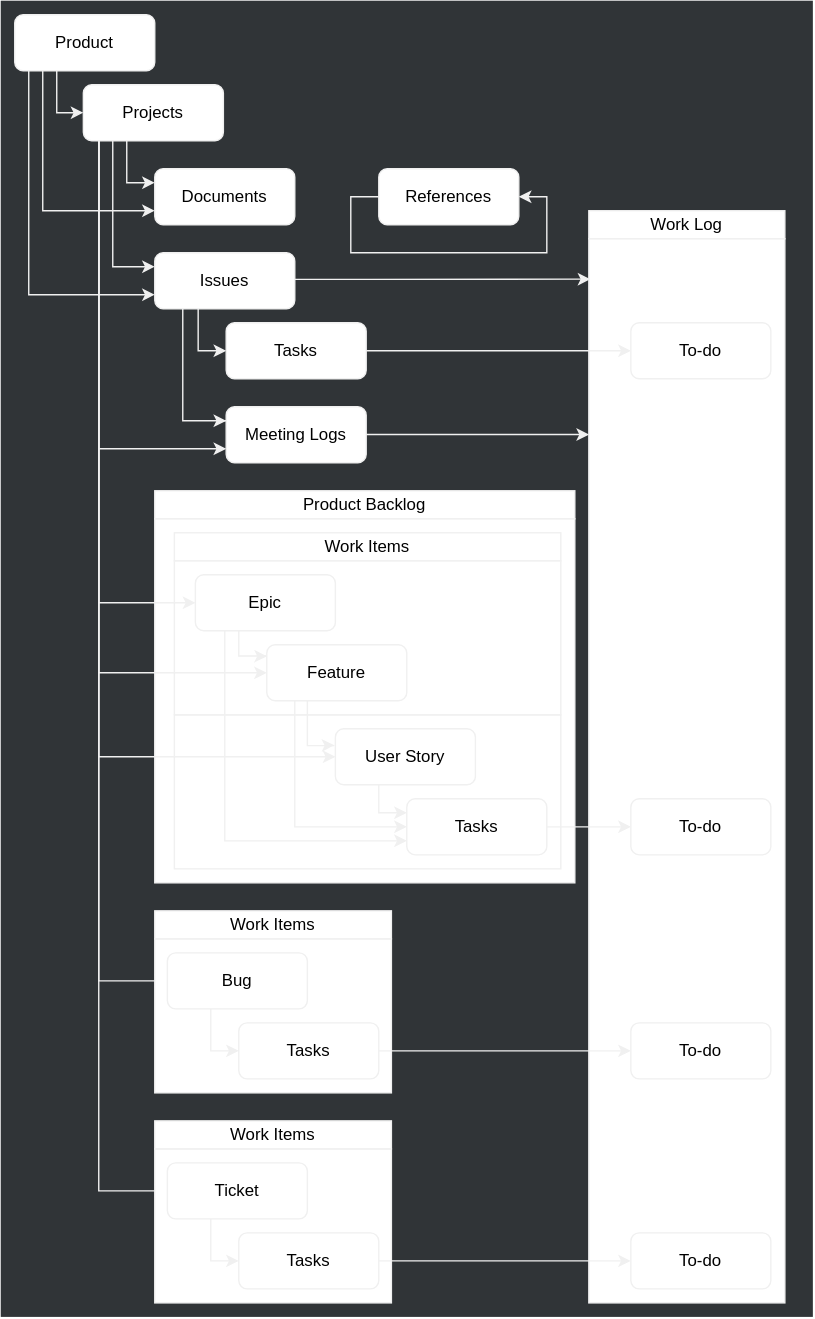
This is assets/.draw.io/references/notion-usages.svg from jiholee-ntwglobal/jiholee-ntwglobal.github.io, a draw.io export, as it was before one commit. Source tidied: cells renumbered, new cells last; positions are measured from the earlier drawing's top-left corner, leaving out a move shared by most shapes.
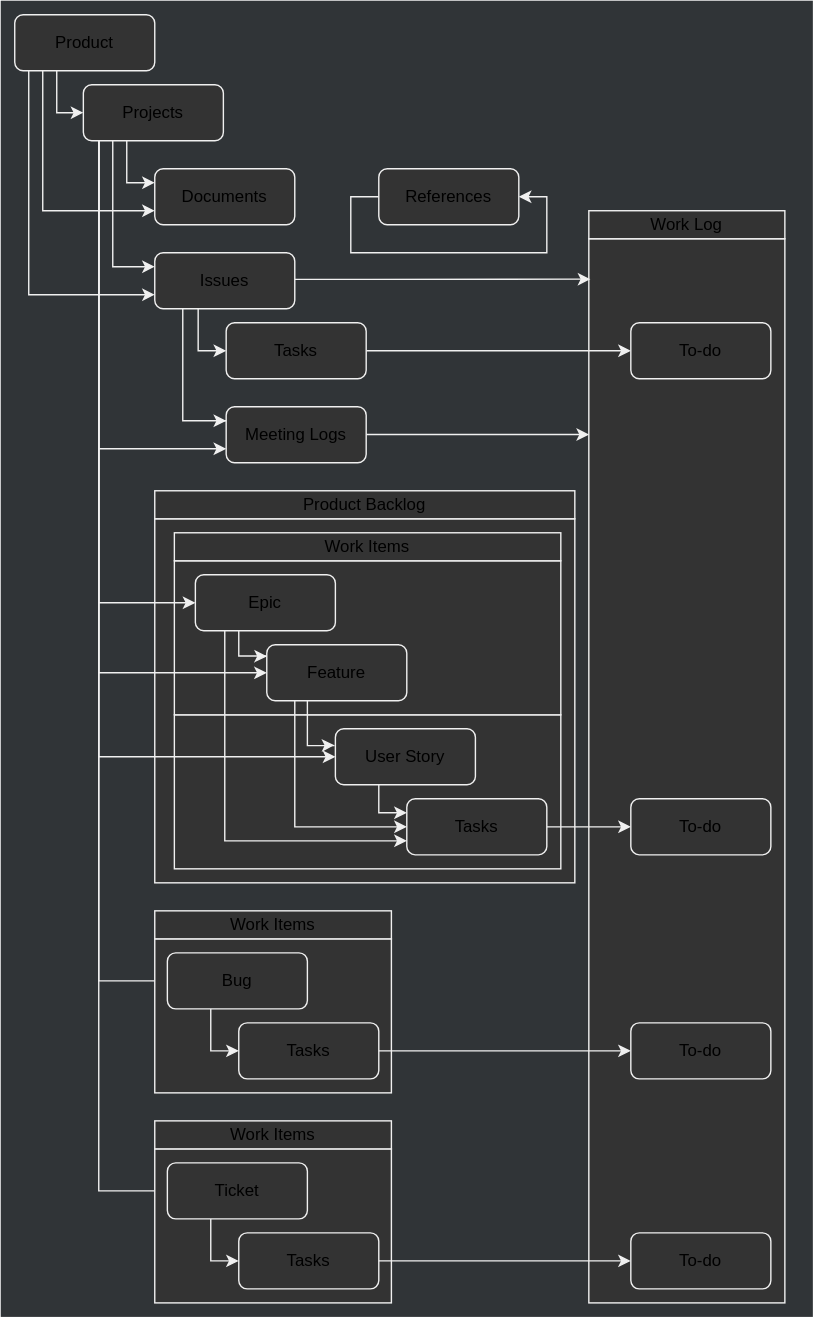
Later version of the same file.

Change to the diagram source:
```diff
@@ -5,22 +5,22 @@
     <mxCell id="2" style="rounded=0;whiteSpace=wrap;html=1;strokeColor=none;fillColor=#303437;" parent="1" vertex="1">
       <mxGeometry width="580" height="940" as="geometry" />
     </mxCell>
-    <mxCell id="3" style="rounded=0;whiteSpace=wrap;html=1;strokeColor=#F0F0F0;" parent="1" vertex="1">
+    <mxCell id="3" style="rounded=0;whiteSpace=wrap;html=1;strokeColor=#F0F0F0;fillColor=#333333;" parent="1" vertex="1">
       <mxGeometry x="110" y="370" width="300" height="260" as="geometry" />
     </mxCell>
-    <mxCell id="4" style="rounded=0;whiteSpace=wrap;html=1;strokeColor=#F0F0F0;" parent="1" vertex="1">
+    <mxCell id="4" style="rounded=0;whiteSpace=wrap;html=1;strokeColor=#F0F0F0;fillColor=#333333;" parent="1" vertex="1">
       <mxGeometry x="124" y="510" width="276" height="110" as="geometry" />
     </mxCell>
-    <mxCell id="5" style="rounded=0;whiteSpace=wrap;html=1;strokeColor=#F0F0F0;" parent="1" vertex="1">
+    <mxCell id="5" style="rounded=0;whiteSpace=wrap;html=1;strokeColor=#F0F0F0;fillColor=#333333;" parent="1" vertex="1">
       <mxGeometry x="420" y="170" width="140" height="760" as="geometry" />
     </mxCell>
-    <mxCell id="6" value="Work Log" style="rounded=0;whiteSpace=wrap;html=1;strokeColor=#F0F0F0;" parent="1" vertex="1">
+    <mxCell id="6" value="Work Log" style="rounded=0;whiteSpace=wrap;html=1;strokeColor=#F0F0F0;fillColor=#333333;" parent="1" vertex="1">
       <mxGeometry x="420" y="150" width="140" height="20" as="geometry" />
     </mxCell>
-    <mxCell id="7" value="Product Backlog" style="rounded=0;whiteSpace=wrap;html=1;strokeColor=#F0F0F0;" parent="1" vertex="1">
+    <mxCell id="7" value="Product Backlog" style="rounded=0;whiteSpace=wrap;html=1;strokeColor=#F0F0F0;fillColor=#333333;" parent="1" vertex="1">
       <mxGeometry x="110" y="350" width="300" height="20" as="geometry" />
     </mxCell>
-    <mxCell id="8" style="rounded=0;whiteSpace=wrap;html=1;strokeColor=#F0F0F0;" parent="1" vertex="1">
+    <mxCell id="8" style="rounded=0;whiteSpace=wrap;html=1;strokeColor=#F0F0F0;fillColor=#333333;" parent="1" vertex="1">
       <mxGeometry x="124" y="400" width="276" height="110" as="geometry" />
     </mxCell>
     <mxCell id="9" style="edgeStyle=orthogonalEdgeStyle;rounded=0;jettySize=auto;html=1;entryX=0;entryY=0.5;entryDx=0;entryDy=0;strokeColor=#F0F0F0;" parent="1" edge="1" source="12" target="21">
@@ -44,7 +44,7 @@
         </Array>
       </mxGeometry>
     </mxCell>
-    <mxCell id="12" value="Product" style="rounded=1;whiteSpace=wrap;html=1;fontSize=12;glass=0;strokeWidth=1;shadow=0;strokeColor=#F0F0F0;" parent="1" vertex="1">
+    <mxCell id="12" value="Product" style="rounded=1;whiteSpace=wrap;html=1;fontSize=12;glass=0;strokeWidth=1;shadow=0;strokeColor=#F0F0F0;fillColor=#333333;" parent="1" vertex="1">
       <mxGeometry x="10" y="10" width="100" height="40" as="geometry" />
     </mxCell>
     <mxCell id="13" style="edgeStyle=orthogonalEdgeStyle;rounded=0;jettySize=auto;html=1;strokeColor=#F0F0F0;" parent="1" edge="1" source="21">
@@ -104,13 +104,13 @@
         </Array>
       </mxGeometry>
     </mxCell>
-    <mxCell id="21" value="Projects" style="rounded=1;whiteSpace=wrap;html=1;fontSize=12;glass=0;strokeWidth=1;shadow=0;strokeColor=#F0F0F0;" parent="1" vertex="1">
+    <mxCell id="21" value="Projects" style="rounded=1;whiteSpace=wrap;html=1;fontSize=12;glass=0;strokeWidth=1;shadow=0;strokeColor=#F0F0F0;fillColor=#333333;" parent="1" vertex="1">
       <mxGeometry x="59" y="60" width="100" height="40" as="geometry" />
     </mxCell>
     <mxCell id="22" style="edgeStyle=orthogonalEdgeStyle;rounded=0;jettySize=auto;html=1;entryX=0;entryY=0.5;entryDx=0;entryDy=0;strokeColor=#F0F0F0;" parent="1" edge="1" source="23" target="46">
       <mxGeometry relative="1" as="geometry" />
     </mxCell>
-    <mxCell id="23" value="Tasks" style="rounded=1;whiteSpace=wrap;html=1;fontSize=12;glass=0;strokeWidth=1;shadow=0;strokeColor=#F0F0F0;" parent="1" vertex="1">
+    <mxCell id="23" value="Tasks" style="rounded=1;whiteSpace=wrap;html=1;fontSize=12;glass=0;strokeWidth=1;shadow=0;strokeColor=#F0F0F0;fillColor=#333333;" parent="1" vertex="1">
       <mxGeometry x="290" y="570" width="100" height="40" as="geometry" />
     </mxCell>
     <mxCell id="24" style="edgeStyle=orthogonalEdgeStyle;rounded=0;jettySize=auto;html=1;entryX=0;entryY=0.25;entryDx=0;entryDy=0;strokeColor=#F0F0F0;" parent="1" edge="1" source="25" target="23">
@@ -120,10 +120,10 @@
         </Array>
       </mxGeometry>
     </mxCell>
-    <mxCell id="25" value="User Story" style="rounded=1;whiteSpace=wrap;html=1;fontSize=12;glass=0;strokeWidth=1;shadow=0;strokeColor=#F0F0F0;" parent="1" vertex="1">
+    <mxCell id="25" value="User Story" style="rounded=1;whiteSpace=wrap;html=1;fontSize=12;glass=0;strokeWidth=1;shadow=0;strokeColor=#F0F0F0;fillColor=#333333;" parent="1" vertex="1">
       <mxGeometry x="239" y="520" width="100" height="40" as="geometry" />
     </mxCell>
-    <mxCell id="26" value="Work Items" style="rounded=0;whiteSpace=wrap;html=1;strokeColor=#F0F0F0;" parent="1" vertex="1">
+    <mxCell id="26" value="Work Items" style="rounded=0;whiteSpace=wrap;html=1;strokeColor=#F0F0F0;fillColor=#333333;" parent="1" vertex="1">
       <mxGeometry x="124" y="380" width="276" height="20" as="geometry" />
     </mxCell>
     <mxCell id="27" style="edgeStyle=orthogonalEdgeStyle;rounded=0;jettySize=auto;html=1;entryX=0.001;entryY=0.206;entryDx=0;entryDy=0;entryPerimeter=0;strokeColor=#F0F0F0;" parent="1" edge="1" source="29" target="32">
@@ -142,7 +142,7 @@
         </Array>
       </mxGeometry>
     </mxCell>
-    <mxCell id="29" value="Epic" style="rounded=1;whiteSpace=wrap;html=1;fontSize=12;glass=0;strokeWidth=1;shadow=0;strokeColor=#F0F0F0;" parent="1" vertex="1">
+    <mxCell id="29" value="Epic" style="rounded=1;whiteSpace=wrap;html=1;fontSize=12;glass=0;strokeWidth=1;shadow=0;strokeColor=#F0F0F0;fillColor=#333333;" parent="1" vertex="1">
       <mxGeometry x="139" y="410" width="100" height="40" as="geometry" />
     </mxCell>
     <mxCell id="30" style="edgeStyle=orthogonalEdgeStyle;rounded=0;jettySize=auto;html=1;entryX=-0.007;entryY=0.293;entryDx=0;entryDy=0;entryPerimeter=0;strokeColor=#F0F0F0;" parent="1" edge="1" source="32" target="25">
@@ -160,19 +160,19 @@
         </Array>
       </mxGeometry>
     </mxCell>
-    <mxCell id="32" value="Feature" style="rounded=1;whiteSpace=wrap;html=1;fontSize=12;glass=0;strokeWidth=1;shadow=0;strokeColor=#F0F0F0;" parent="1" vertex="1">
+    <mxCell id="32" value="Feature" style="rounded=1;whiteSpace=wrap;html=1;fontSize=12;glass=0;strokeWidth=1;shadow=0;strokeColor=#F0F0F0;fillColor=#333333;" parent="1" vertex="1">
       <mxGeometry x="190" y="460" width="100" height="40" as="geometry" />
     </mxCell>
-    <mxCell id="33" style="rounded=0;whiteSpace=wrap;html=1;strokeColor=#F0F0F0;" parent="1" vertex="1">
+    <mxCell id="33" style="rounded=0;whiteSpace=wrap;html=1;strokeColor=#F0F0F0;fillColor=#333333;" parent="1" vertex="1">
       <mxGeometry x="110" y="670" width="169" height="110" as="geometry" />
     </mxCell>
-    <mxCell id="34" value="Work Items" style="rounded=0;whiteSpace=wrap;html=1;strokeColor=#F0F0F0;" parent="1" vertex="1">
+    <mxCell id="34" value="Work Items" style="rounded=0;whiteSpace=wrap;html=1;strokeColor=#F0F0F0;fillColor=#333333;" parent="1" vertex="1">
       <mxGeometry x="110" y="650" width="169" height="20" as="geometry" />
     </mxCell>
     <mxCell id="35" style="edgeStyle=orthogonalEdgeStyle;rounded=0;jettySize=auto;html=1;strokeColor=#F0F0F0;" parent="1" edge="1" source="36" target="47">
       <mxGeometry relative="1" as="geometry" />
     </mxCell>
-    <mxCell id="36" value="Tasks" style="rounded=1;whiteSpace=wrap;html=1;fontSize=12;glass=0;strokeWidth=1;shadow=0;strokeColor=#F0F0F0;" parent="1" vertex="1">
+    <mxCell id="36" value="Tasks" style="rounded=1;whiteSpace=wrap;html=1;fontSize=12;glass=0;strokeWidth=1;shadow=0;strokeColor=#F0F0F0;fillColor=#333333;" parent="1" vertex="1">
       <mxGeometry x="170" y="730" width="100" height="40" as="geometry" />
     </mxCell>
     <mxCell id="37" style="edgeStyle=orthogonalEdgeStyle;rounded=0;jettySize=auto;html=1;entryX=0;entryY=0.5;entryDx=0;entryDy=0;strokeColor=#F0F0F0;" parent="1" edge="1" source="38" target="36">
@@ -182,19 +182,19 @@
         </Array>
       </mxGeometry>
     </mxCell>
-    <mxCell id="38" value="Bug" style="rounded=1;whiteSpace=wrap;html=1;fontSize=12;glass=0;strokeWidth=1;shadow=0;strokeColor=#F0F0F0;" parent="1" vertex="1">
+    <mxCell id="38" value="Bug" style="rounded=1;whiteSpace=wrap;html=1;fontSize=12;glass=0;strokeWidth=1;shadow=0;strokeColor=#F0F0F0;fillColor=#333333;" parent="1" vertex="1">
       <mxGeometry x="119" y="680" width="100" height="40" as="geometry" />
     </mxCell>
-    <mxCell id="39" style="rounded=0;whiteSpace=wrap;html=1;strokeColor=#F0F0F0;" parent="1" vertex="1">
+    <mxCell id="39" style="rounded=0;whiteSpace=wrap;html=1;strokeColor=#F0F0F0;fillColor=#333333;" parent="1" vertex="1">
       <mxGeometry x="110" y="820" width="169" height="110" as="geometry" />
     </mxCell>
-    <mxCell id="40" value="Work Items" style="rounded=0;whiteSpace=wrap;html=1;strokeColor=#F0F0F0;" parent="1" vertex="1">
+    <mxCell id="40" value="Work Items" style="rounded=0;whiteSpace=wrap;html=1;strokeColor=#F0F0F0;fillColor=#333333;" parent="1" vertex="1">
       <mxGeometry x="110" y="800" width="169" height="20" as="geometry" />
     </mxCell>
     <mxCell id="41" style="edgeStyle=orthogonalEdgeStyle;rounded=0;jettySize=auto;html=1;strokeColor=#F0F0F0;" parent="1" edge="1" source="42" target="48">
       <mxGeometry relative="1" as="geometry" />
     </mxCell>
-    <mxCell id="42" value="Tasks" style="rounded=1;whiteSpace=wrap;html=1;fontSize=12;glass=0;strokeWidth=1;shadow=0;strokeColor=#F0F0F0;" parent="1" vertex="1">
+    <mxCell id="42" value="Tasks" style="rounded=1;whiteSpace=wrap;html=1;fontSize=12;glass=0;strokeWidth=1;shadow=0;strokeColor=#F0F0F0;fillColor=#333333;" parent="1" vertex="1">
       <mxGeometry x="170" y="880" width="100" height="40" as="geometry" />
     </mxCell>
     <mxCell id="43" style="edgeStyle=orthogonalEdgeStyle;rounded=0;jettySize=auto;html=1;entryX=0;entryY=0.5;entryDx=0;entryDy=0;strokeColor=#F0F0F0;" parent="1" edge="1" source="44" target="42">
@@ -204,25 +204,25 @@
         </Array>
       </mxGeometry>
     </mxCell>
-    <mxCell id="44" value="Ticket" style="rounded=1;whiteSpace=wrap;html=1;fontSize=12;glass=0;strokeWidth=1;shadow=0;strokeColor=#F0F0F0;" parent="1" vertex="1">
+    <mxCell id="44" value="Ticket" style="rounded=1;whiteSpace=wrap;html=1;fontSize=12;glass=0;strokeWidth=1;shadow=0;strokeColor=#F0F0F0;fillColor=#333333;" parent="1" vertex="1">
       <mxGeometry x="119" y="830" width="100" height="40" as="geometry" />
     </mxCell>
-    <mxCell id="45" value="Documents" style="rounded=1;whiteSpace=wrap;html=1;fontSize=12;glass=0;strokeWidth=1;shadow=0;strokeColor=#F0F0F0;" parent="1" vertex="1">
+    <mxCell id="45" value="Documents" style="rounded=1;whiteSpace=wrap;html=1;fontSize=12;glass=0;strokeWidth=1;shadow=0;strokeColor=#F0F0F0;fillColor=#333333;" parent="1" vertex="1">
       <mxGeometry x="110" y="120" width="100" height="40" as="geometry" />
     </mxCell>
-    <mxCell id="46" value="To-do" style="rounded=1;whiteSpace=wrap;html=1;fontSize=12;glass=0;strokeWidth=1;shadow=0;strokeColor=#F0F0F0;" parent="1" vertex="1">
+    <mxCell id="46" value="To-do" style="rounded=1;whiteSpace=wrap;html=1;fontSize=12;glass=0;strokeWidth=1;shadow=0;strokeColor=#F0F0F0;fillColor=#333333;" parent="1" vertex="1">
       <mxGeometry x="450" y="570" width="100" height="40" as="geometry" />
     </mxCell>
-    <mxCell id="47" value="To-do" style="rounded=1;whiteSpace=wrap;html=1;fontSize=12;glass=0;strokeWidth=1;shadow=0;strokeColor=#F0F0F0;" parent="1" vertex="1">
+    <mxCell id="47" value="To-do" style="rounded=1;whiteSpace=wrap;html=1;fontSize=12;glass=0;strokeWidth=1;shadow=0;strokeColor=#F0F0F0;fillColor=#333333;" parent="1" vertex="1">
       <mxGeometry x="450" y="730" width="100" height="40" as="geometry" />
     </mxCell>
-    <mxCell id="48" value="To-do" style="rounded=1;whiteSpace=wrap;html=1;fontSize=12;glass=0;strokeWidth=1;shadow=0;strokeColor=#F0F0F0;" parent="1" vertex="1">
+    <mxCell id="48" value="To-do" style="rounded=1;whiteSpace=wrap;html=1;fontSize=12;glass=0;strokeWidth=1;shadow=0;strokeColor=#F0F0F0;fillColor=#333333;" parent="1" vertex="1">
       <mxGeometry x="450" y="880" width="100" height="40" as="geometry" />
     </mxCell>
     <mxCell id="49" style="edgeStyle=orthogonalEdgeStyle;rounded=0;jettySize=auto;html=1;strokeColor=#F0F0F0;" parent="1" edge="1" source="50" target="54">
       <mxGeometry relative="1" as="geometry" />
     </mxCell>
-    <mxCell id="50" value="Tasks" style="rounded=1;whiteSpace=wrap;html=1;fontSize=12;glass=0;strokeWidth=1;shadow=0;strokeColor=#F0F0F0;" parent="1" vertex="1">
+    <mxCell id="50" value="Tasks" style="rounded=1;whiteSpace=wrap;html=1;fontSize=12;glass=0;strokeWidth=1;shadow=0;strokeColor=#F0F0F0;fillColor=#333333;" parent="1" vertex="1">
       <mxGeometry x="161" y="230" width="100" height="40" as="geometry" />
     </mxCell>
     <mxCell id="51" style="edgeStyle=orthogonalEdgeStyle;rounded=0;jettySize=auto;html=1;entryX=0;entryY=0.5;entryDx=0;entryDy=0;strokeColor=#F0F0F0;" parent="1" edge="1" source="53" target="50">
@@ -240,13 +240,13 @@
         </Array>
       </mxGeometry>
     </mxCell>
-    <mxCell id="53" value="Issues" style="rounded=1;whiteSpace=wrap;html=1;fontSize=12;glass=0;strokeWidth=1;shadow=0;strokeColor=#F0F0F0;" parent="1" vertex="1">
+    <mxCell id="53" value="Issues" style="rounded=1;whiteSpace=wrap;html=1;fontSize=12;glass=0;strokeWidth=1;shadow=0;strokeColor=#F0F0F0;fillColor=#333333;" parent="1" vertex="1">
       <mxGeometry x="110" y="180" width="100" height="40" as="geometry" />
     </mxCell>
-    <mxCell id="54" value="To-do" style="rounded=1;whiteSpace=wrap;html=1;fontSize=12;glass=0;strokeWidth=1;shadow=0;strokeColor=#F0F0F0;" parent="1" vertex="1">
+    <mxCell id="54" value="To-do" style="rounded=1;whiteSpace=wrap;html=1;fontSize=12;glass=0;strokeWidth=1;shadow=0;strokeColor=#F0F0F0;fillColor=#333333;" parent="1" vertex="1">
       <mxGeometry x="450" y="230" width="100" height="40" as="geometry" />
     </mxCell>
-    <mxCell id="55" value="References" style="rounded=1;whiteSpace=wrap;html=1;fontSize=12;glass=0;strokeWidth=1;shadow=0;strokeColor=#F0F0F0;" parent="1" vertex="1">
+    <mxCell id="55" value="References" style="rounded=1;whiteSpace=wrap;html=1;fontSize=12;glass=0;strokeWidth=1;shadow=0;strokeColor=#F0F0F0;fillColor=#333333;" parent="1" vertex="1">
       <mxGeometry x="270" y="120" width="100" height="40" as="geometry" />
     </mxCell>
     <mxCell id="56" style="edgeStyle=orthogonalEdgeStyle;rounded=0;jettySize=auto;html=1;entryX=0.001;entryY=0.184;entryDx=0;entryDy=0;entryPerimeter=0;strokeColor=#F0F0F0;" parent="1" edge="1" source="57" target="5">
@@ -256,7 +256,7 @@
         </Array>
       </mxGeometry>
     </mxCell>
-    <mxCell id="57" value="Meeting Logs" style="rounded=1;whiteSpace=wrap;html=1;fontSize=12;glass=0;strokeWidth=1;shadow=0;strokeColor=#F0F0F0;" parent="1" vertex="1">
+    <mxCell id="57" value="Meeting Logs" style="rounded=1;whiteSpace=wrap;html=1;fontSize=12;glass=0;strokeWidth=1;shadow=0;strokeColor=#F0F0F0;fillColor=#333333;" parent="1" vertex="1">
       <mxGeometry x="161" y="290" width="100" height="40" as="geometry" />
     </mxCell>
     <mxCell id="58" style="edgeStyle=orthogonalEdgeStyle;rounded=0;jettySize=auto;html=1;strokeColor=#F0F0F0;" parent="1" edge="1" source="53">
```
